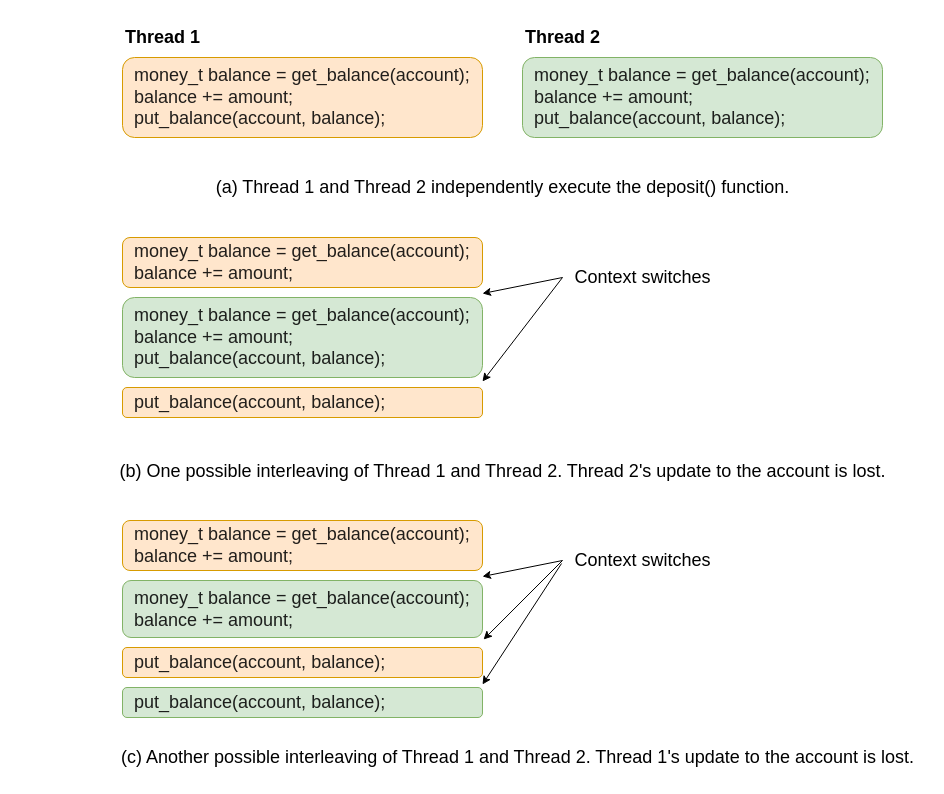
Above: textbook/images/sync/bank_deposit_interleaving.drawio in demkebrown/openos (draw.io), before the change. Source tidied: cells renumbered, new cells numbered last; positions are measured from the earlier drawing's top-left corner, leaving out a move shared by most shapes. Both pictures are drawn from the tidied source at 100%, with x=0, y=0 at pixel (107, 17).
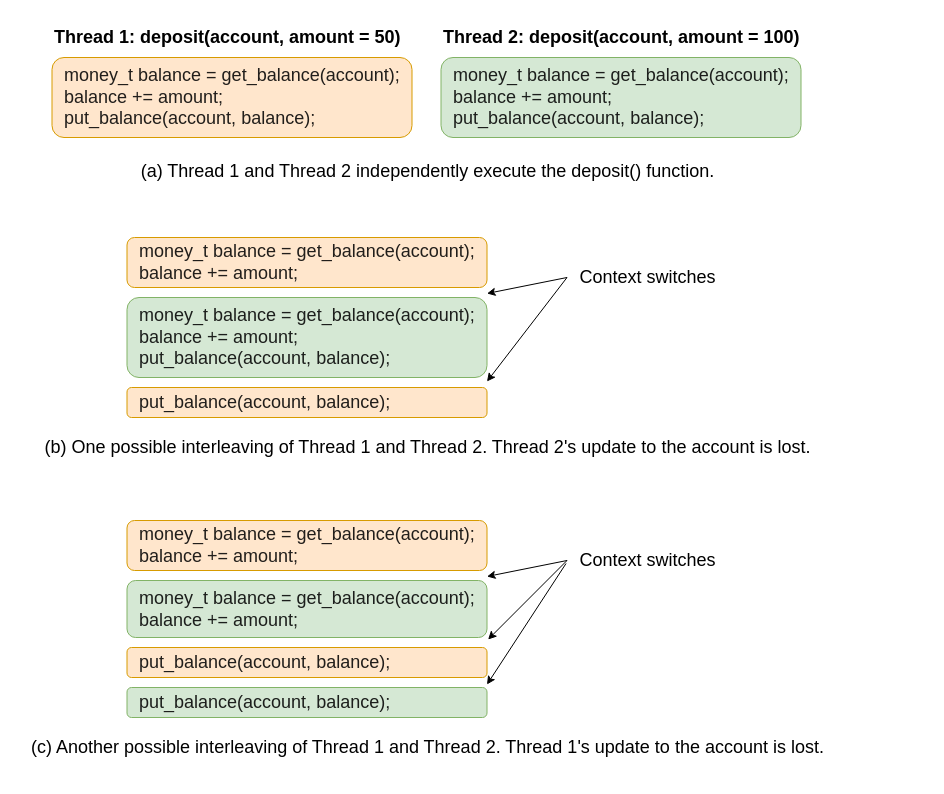
Above is the later version.

Change to the diagram source:
```diff
@@
+    <mxCell id="4" value="(a) Thread 1 and Thread 2 independently execute the deposit() function." style="text;html=1;align=center;verticalAlign=middle;strokeColor=none;fillColor=none;fontSize=18;" parent="1" vertex="1">
+      <mxGeometry x="19.5" y="134" width="600" height="40" as="geometry" />
+    </mxCell>
+    <mxCell id="13" value="(b) One possible interleaving of Thread 1 and Thread 2. Thread 2's update to the account is lost." style="text;html=1;align=center;verticalAlign=middle;strokeColor=none;fillColor=none;fontSize=18;" parent="1" vertex="1">
+      <mxGeometry x="-75.5" y="410" width="790" height="40" as="geometry" />
+    </mxCell>
+    <mxCell id="20" value="(c) Another possible interleaving of Thread 1 and Thread 2. Thread 1's update to the account is lost." style="text;html=1;align=center;verticalAlign=middle;strokeColor=none;fillColor=none;fontSize=18;" parent="1" vertex="1">
+      <mxGeometry x="-90.5" y="710" width="820" height="40" as="geometry" />
+    </mxCell>
+    <mxCell id="23" style="group;" parent="1" vertex="1">
+      <mxGeometry x="-55.5" width="750" height="120" as="geometry" />
+    </mxCell>
-    <mxCell id="2" value="Thread 1" style="text;strokeColor=none;fillColor=none;html=1;fontSize=18;fontStyle=1;verticalAlign=middle;align=center;" parent="1" vertex="1">
-      <mxGeometry x="5" width="100" height="40" as="geometry" />
+    <mxCell id="2" value="Thread 1: deposit(account, amount = 50)" style="text;strokeColor=none;fillColor=none;html=1;fontSize=18;fontStyle=1;verticalAlign=middle;align=left;" parent="23" vertex="1">
+      <mxGeometry width="350" height="40" as="geometry" />
     </mxCell>
-    <mxCell id="3" value="Thread 2" style="text;strokeColor=none;fillColor=none;html=1;fontSize=18;fontStyle=1;verticalAlign=middle;align=center;" parent="1" vertex="1">
-      <mxGeometry x="405" width="100" height="40" as="geometry" />
+    <mxCell id="3" value="Thread 2: deposit(account, amount = 100)" style="text;strokeColor=none;fillColor=none;html=1;fontSize=18;fontStyle=1;verticalAlign=middle;align=left;" parent="23" vertex="1">
+      <mxGeometry x="389" width="361" height="40" as="geometry" />
     </mxCell>
-    <mxCell id="4" value="(a) Thread 1 and Thread 2 independently execute the deposit() function." style="text;html=1;align=center;verticalAlign=middle;strokeColor=none;fillColor=none;fontSize=18;" parent="1" vertex="1">
-      <mxGeometry x="95" y="150" width="600" height="40" as="geometry" />
-    </mxCell>
-    <mxCell id="5" value="&lt;pre style=&quot;box-sizing: unset; font-family: var(--jp-code-font-family); line-height: var(--jp-code-line-height); color: rgba(0, 0, 0, 0.87); border: none; margin-top: 0px; margin-bottom: 0px; padding: 0px; background-color: var(--jp-layout-color0); overflow: auto; word-break: break-all; overflow-wrap: break-word;&quot;&gt;&lt;code style=&quot;box-sizing: unset; font-family: var(--jp-code-font-family); line-height: var(--jp-code-line-height); border: 0px; background-color: var(--jp-layout-color0); color: var(--jp-content-font-color1); padding: 0px;&quot;&gt;&lt;font style=&quot;font-size: 18px;&quot;&gt;money_t balance = get_balance(account);&lt;br&gt;balance += amount;&lt;br&gt;put_balance(account, balance);&lt;/font&gt;&lt;/code&gt;&lt;/pre&gt;" style="rounded=1;whiteSpace=wrap;html=1;fillColor=#ffe6cc;strokeColor=#d79b00;align=left;spacingLeft=10;" parent="1" vertex="1">
-      <mxGeometry x="15" y="40" width="360" height="80" as="geometry" />
+    <mxCell id="5" value="&lt;pre style=&quot;box-sizing: unset; font-family: var(--jp-code-font-family); line-height: var(--jp-code-line-height); color: rgba(0, 0, 0, 0.87); border: none; margin-top: 0px; margin-bottom: 0px; padding: 0px; background-color: var(--jp-layout-color0); overflow: auto; word-break: break-all; overflow-wrap: break-word;&quot;&gt;&lt;code style=&quot;box-sizing: unset; font-family: var(--jp-code-font-family); line-height: var(--jp-code-line-height); border: 0px; background-color: var(--jp-layout-color0); color: var(--jp-content-font-color1); padding: 0px;&quot;&gt;&lt;font style=&quot;font-size: 18px;&quot;&gt;money_t balance = get_balance(account);&lt;br&gt;balance += amount;&lt;br&gt;put_balance(account, balance);&lt;/font&gt;&lt;/code&gt;&lt;/pre&gt;" style="rounded=1;whiteSpace=wrap;html=1;fillColor=#ffe6cc;strokeColor=#d79b00;align=left;spacingLeft=10;" parent="23" vertex="1">
+      <mxGeometry y="40" width="360" height="80" as="geometry" />
     </mxCell>
-    <mxCell id="6" value="&lt;pre style=&quot;box-sizing: unset; font-family: var(--jp-code-font-family); line-height: var(--jp-code-line-height); color: rgba(0, 0, 0, 0.87); border: none; margin-top: 0px; margin-bottom: 0px; padding: 0px; background-color: var(--jp-layout-color0); overflow: auto; word-break: break-all; overflow-wrap: break-word;&quot;&gt;&lt;code style=&quot;box-sizing: unset; font-family: var(--jp-code-font-family); line-height: var(--jp-code-line-height); border: 0px; background-color: var(--jp-layout-color0); color: var(--jp-content-font-color1); padding: 0px;&quot;&gt;&lt;font style=&quot;font-size: 18px;&quot;&gt;money_t balance = get_balance(account);&lt;br&gt;balance += amount;&lt;br&gt;put_balance(account, balance);&lt;/font&gt;&lt;/code&gt;&lt;/pre&gt;" style="rounded=1;whiteSpace=wrap;html=1;fillColor=#d5e8d4;strokeColor=#82b366;align=left;spacingLeft=10;" parent="1" vertex="1">
-      <mxGeometry x="415" y="40" width="360" height="80" as="geometry" />
+    <mxCell id="6" value="&lt;pre style=&quot;box-sizing: unset; font-family: var(--jp-code-font-family); line-height: var(--jp-code-line-height); color: rgba(0, 0, 0, 0.87); border: none; margin-top: 0px; margin-bottom: 0px; padding: 0px; background-color: var(--jp-layout-color0); overflow: auto; word-break: break-all; overflow-wrap: break-word;&quot;&gt;&lt;code style=&quot;box-sizing: unset; font-family: var(--jp-code-font-family); line-height: var(--jp-code-line-height); border: 0px; background-color: var(--jp-layout-color0); color: var(--jp-content-font-color1); padding: 0px;&quot;&gt;&lt;font style=&quot;font-size: 18px;&quot;&gt;money_t balance = get_balance(account);&lt;br&gt;balance += amount;&lt;br&gt;put_balance(account, balance);&lt;/font&gt;&lt;/code&gt;&lt;/pre&gt;" style="rounded=1;whiteSpace=wrap;html=1;fillColor=#d5e8d4;strokeColor=#82b366;align=left;spacingLeft=10;" parent="23" vertex="1">
+      <mxGeometry x="389" y="40" width="360" height="80" as="geometry" />
     </mxCell>
+    <mxCell id="24" style="group;" parent="1" vertex="1">
+      <mxGeometry x="19.5" y="220" width="600" height="180" as="geometry" />
+    </mxCell>
-    <mxCell id="7" value="&lt;pre style=&quot;box-sizing: unset; font-family: var(--jp-code-font-family); line-height: var(--jp-code-line-height); color: rgba(0, 0, 0, 0.87); border: none; margin-top: 0px; margin-bottom: 0px; padding: 0px; background-color: var(--jp-layout-color0); overflow: auto; word-break: break-all; overflow-wrap: break-word;&quot;&gt;&lt;code style=&quot;box-sizing: unset; font-family: var(--jp-code-font-family); line-height: var(--jp-code-line-height); border: 0px; background-color: var(--jp-layout-color0); color: var(--jp-content-font-color1); padding: 0px;&quot;&gt;&lt;font style=&quot;font-size: 18px;&quot;&gt;money_t balance = get_balance(account);&lt;br&gt;balance += amount;&lt;br&gt;&lt;/font&gt;&lt;/code&gt;&lt;/pre&gt;" style="rounded=1;whiteSpace=wrap;html=1;fillColor=#ffe6cc;strokeColor=#d79b00;align=left;spacingLeft=10;" parent="1" vertex="1">
-      <mxGeometry x="15" y="220" width="360" height="50" as="geometry" />
+    <mxCell id="7" value="&lt;pre style=&quot;box-sizing: unset; font-family: var(--jp-code-font-family); line-height: var(--jp-code-line-height); color: rgba(0, 0, 0, 0.87); border: none; margin-top: 0px; margin-bottom: 0px; padding: 0px; background-color: var(--jp-layout-color0); overflow: auto; word-break: break-all; overflow-wrap: break-word;&quot;&gt;&lt;code style=&quot;box-sizing: unset; font-family: var(--jp-code-font-family); line-height: var(--jp-code-line-height); border: 0px; background-color: var(--jp-layout-color0); color: var(--jp-content-font-color1); padding: 0px;&quot;&gt;&lt;font style=&quot;font-size: 18px;&quot;&gt;money_t balance = get_balance(account);&lt;br&gt;balance += amount;&lt;br&gt;&lt;/font&gt;&lt;/code&gt;&lt;/pre&gt;" style="rounded=1;whiteSpace=wrap;html=1;fillColor=#ffe6cc;strokeColor=#d79b00;align=left;spacingLeft=10;" parent="24" vertex="1">
+      <mxGeometry width="360" height="50" as="geometry" />
     </mxCell>
-    <mxCell id="8" value="&lt;pre style=&quot;box-sizing: unset; font-family: var(--jp-code-font-family); line-height: var(--jp-code-line-height); color: rgba(0, 0, 0, 0.87); border: none; margin-top: 0px; margin-bottom: 0px; padding: 0px; background-color: var(--jp-layout-color0); overflow: auto; word-break: break-all; overflow-wrap: break-word;&quot;&gt;&lt;code style=&quot;box-sizing: unset; font-family: var(--jp-code-font-family); line-height: var(--jp-code-line-height); border: 0px; background-color: var(--jp-layout-color0); color: var(--jp-content-font-color1); padding: 0px;&quot;&gt;&lt;font style=&quot;font-size: 18px;&quot;&gt;money_t balance = get_balance(account);&lt;br&gt;balance += amount;&lt;br&gt;put_balance(account, balance);&lt;/font&gt;&lt;/code&gt;&lt;/pre&gt;" style="rounded=1;whiteSpace=wrap;html=1;fillColor=#d5e8d4;strokeColor=#82b366;align=left;spacingLeft=10;" parent="1" vertex="1">
-      <mxGeometry x="15" y="280" width="360" height="80" as="geometry" />
+    <mxCell id="8" value="&lt;pre style=&quot;box-sizing: unset; font-family: var(--jp-code-font-family); line-height: var(--jp-code-line-height); color: rgba(0, 0, 0, 0.87); border: none; margin-top: 0px; margin-bottom: 0px; padding: 0px; background-color: var(--jp-layout-color0); overflow: auto; word-break: break-all; overflow-wrap: break-word;&quot;&gt;&lt;code style=&quot;box-sizing: unset; font-family: var(--jp-code-font-family); line-height: var(--jp-code-line-height); border: 0px; background-color: var(--jp-layout-color0); color: var(--jp-content-font-color1); padding: 0px;&quot;&gt;&lt;font style=&quot;font-size: 18px;&quot;&gt;money_t balance = get_balance(account);&lt;br&gt;balance += amount;&lt;br&gt;put_balance(account, balance);&lt;/font&gt;&lt;/code&gt;&lt;/pre&gt;" style="rounded=1;whiteSpace=wrap;html=1;fillColor=#d5e8d4;strokeColor=#82b366;align=left;spacingLeft=10;" parent="24" vertex="1">
+      <mxGeometry y="60" width="360" height="80" as="geometry" />
     </mxCell>
-    <mxCell id="9" value="&lt;pre style=&quot;box-sizing: unset; font-family: var(--jp-code-font-family); line-height: var(--jp-code-line-height); color: rgba(0, 0, 0, 0.87); border: none; margin-top: 0px; margin-bottom: 0px; padding: 0px; background-color: var(--jp-layout-color0); overflow: auto; word-break: break-all; overflow-wrap: break-word;&quot;&gt;&lt;code style=&quot;box-sizing: unset; font-family: var(--jp-code-font-family); line-height: var(--jp-code-line-height); border: 0px; background-color: var(--jp-layout-color0); color: var(--jp-content-font-color1); padding: 0px;&quot;&gt;&lt;font style=&quot;font-size: 18px;&quot;&gt;put_balance(account, balance);&lt;br&gt;&lt;/font&gt;&lt;/code&gt;&lt;/pre&gt;" style="rounded=1;whiteSpace=wrap;html=1;fillColor=#ffe6cc;strokeColor=#d79b00;align=left;spacingLeft=10;" parent="1" vertex="1">
-      <mxGeometry x="15" y="370" width="360" height="30" as="geometry" />
+    <mxCell id="9" value="&lt;pre style=&quot;box-sizing: unset; font-family: var(--jp-code-font-family); line-height: var(--jp-code-line-height); color: rgba(0, 0, 0, 0.87); border: none; margin-top: 0px; margin-bottom: 0px; padding: 0px; background-color: var(--jp-layout-color0); overflow: auto; word-break: break-all; overflow-wrap: break-word;&quot;&gt;&lt;code style=&quot;box-sizing: unset; font-family: var(--jp-code-font-family); line-height: var(--jp-code-line-height); border: 0px; background-color: var(--jp-layout-color0); color: var(--jp-content-font-color1); padding: 0px;&quot;&gt;&lt;font style=&quot;font-size: 18px;&quot;&gt;put_balance(account, balance);&lt;br&gt;&lt;/font&gt;&lt;/code&gt;&lt;/pre&gt;" style="rounded=1;whiteSpace=wrap;html=1;fillColor=#ffe6cc;strokeColor=#d79b00;align=left;spacingLeft=10;" parent="24" vertex="1">
+      <mxGeometry y="150" width="360" height="30" as="geometry" />
     </mxCell>
-    <mxCell id="10" style="endArrow=classic;html=1;rounded=0;fontSize=18;entryX=1;entryY=1.18;entryDx=0;entryDy=0;entryPerimeter=0;" parent="1" edge="1">
+    <mxCell id="10" style="endArrow=classic;html=1;rounded=0;fontSize=18;entryX=1;entryY=1.18;entryDx=0;entryDy=0;entryPerimeter=0;" parent="24" edge="1">
       <mxGeometry relative="1" as="geometry">
-        <mxPoint x="455" y="260" as="sourcePoint" />
-        <mxPoint x="375" y="276" as="targetPoint" />
+        <mxPoint x="440" y="40" as="sourcePoint" />
+        <mxPoint x="360" y="56" as="targetPoint" />
       </mxGeometry>
     </mxCell>
-    <mxCell id="11" style="endArrow=classic;html=1;rounded=0;fontSize=18;" parent="1" edge="1">
+    <mxCell id="11" style="endArrow=classic;html=1;rounded=0;fontSize=18;" parent="24" edge="1">
       <mxGeometry relative="1" as="geometry">
-        <mxPoint x="455" y="260" as="sourcePoint" />
-        <mxPoint x="375" y="364" as="targetPoint" />
+        <mxPoint x="440" y="40" as="sourcePoint" />
+        <mxPoint x="360" y="144" as="targetPoint" />
       </mxGeometry>
     </mxCell>
-    <mxCell id="12" value="Context switches" style="text;html=1;align=center;verticalAlign=middle;strokeColor=none;fillColor=none;fontSize=18;" parent="1" vertex="1">
-      <mxGeometry x="455" y="240" width="160" height="40" as="geometry" />
+    <mxCell id="12" value="Context switches" style="text;html=1;align=center;verticalAlign=middle;strokeColor=none;fillColor=none;fontSize=18;" parent="24" vertex="1">
+      <mxGeometry x="440" y="20" width="160" height="40" as="geometry" />
     </mxCell>
-    <mxCell id="13" value="(b) One possible interleaving of Thread 1 and Thread 2. Thread 2's update to the account is lost." style="text;html=1;align=center;verticalAlign=middle;strokeColor=none;fillColor=none;fontSize=18;" parent="1" vertex="1">
-      <mxGeometry y="434" width="790" height="40" as="geometry" />
-    </mxCell>
+    <mxCell id="25" style="group;" parent="1" vertex="1">
+      <mxGeometry x="19.5" y="503" width="600" height="197" as="geometry" />
+    </mxCell>
-    <mxCell id="14" value="&lt;pre style=&quot;box-sizing: unset; font-family: var(--jp-code-font-family); line-height: var(--jp-code-line-height); color: rgba(0, 0, 0, 0.87); border: none; margin-top: 0px; margin-bottom: 0px; padding: 0px; background-color: var(--jp-layout-color0); overflow: auto; word-break: break-all; overflow-wrap: break-word;&quot;&gt;&lt;code style=&quot;box-sizing: unset; font-family: var(--jp-code-font-family); line-height: var(--jp-code-line-height); border: 0px; background-color: var(--jp-layout-color0); color: var(--jp-content-font-color1); padding: 0px;&quot;&gt;&lt;font style=&quot;font-size: 18px;&quot;&gt;money_t balance = get_balance(account);&lt;br&gt;balance += amount;&lt;br&gt;&lt;/font&gt;&lt;/code&gt;&lt;/pre&gt;" style="rounded=1;whiteSpace=wrap;html=1;fillColor=#ffe6cc;strokeColor=#d79b00;align=left;spacingLeft=10;" parent="1" vertex="1">
-      <mxGeometry x="15" y="503" width="360" height="50" as="geometry" />
+    <mxCell id="14" value="&lt;pre style=&quot;box-sizing: unset; font-family: var(--jp-code-font-family); line-height: var(--jp-code-line-height); color: rgba(0, 0, 0, 0.87); border: none; margin-top: 0px; margin-bottom: 0px; padding: 0px; background-color: var(--jp-layout-color0); overflow: auto; word-break: break-all; overflow-wrap: break-word;&quot;&gt;&lt;code style=&quot;box-sizing: unset; font-family: var(--jp-code-font-family); line-height: var(--jp-code-line-height); border: 0px; background-color: var(--jp-layout-color0); color: var(--jp-content-font-color1); padding: 0px;&quot;&gt;&lt;font style=&quot;font-size: 18px;&quot;&gt;money_t balance = get_balance(account);&lt;br&gt;balance += amount;&lt;br&gt;&lt;/font&gt;&lt;/code&gt;&lt;/pre&gt;" style="rounded=1;whiteSpace=wrap;html=1;fillColor=#ffe6cc;strokeColor=#d79b00;align=left;spacingLeft=10;" parent="25" vertex="1">
+      <mxGeometry width="360" height="50" as="geometry" />
     </mxCell>
-    <mxCell id="15" value="&lt;pre style=&quot;box-sizing: unset; font-family: var(--jp-code-font-family); line-height: var(--jp-code-line-height); color: rgba(0, 0, 0, 0.87); border: none; margin-top: 0px; margin-bottom: 0px; padding: 0px; background-color: var(--jp-layout-color0); overflow: auto; word-break: break-all; overflow-wrap: break-word;&quot;&gt;&lt;code style=&quot;box-sizing: unset; font-family: var(--jp-code-font-family); line-height: var(--jp-code-line-height); border: 0px; background-color: var(--jp-layout-color0); color: var(--jp-content-font-color1); padding: 0px;&quot;&gt;&lt;font style=&quot;font-size: 18px;&quot;&gt;money_t balance = get_balance(account);&lt;br&gt;balance += amount;&lt;br&gt;&lt;/font&gt;&lt;/code&gt;&lt;/pre&gt;" style="rounded=1;whiteSpace=wrap;html=1;fillColor=#d5e8d4;strokeColor=#82b366;align=left;spacingLeft=10;" parent="1" vertex="1">
-      <mxGeometry x="15" y="563" width="360" height="57" as="geometry" />
+    <mxCell id="15" value="&lt;pre style=&quot;box-sizing: unset; font-family: var(--jp-code-font-family); line-height: var(--jp-code-line-height); color: rgba(0, 0, 0, 0.87); border: none; margin-top: 0px; margin-bottom: 0px; padding: 0px; background-color: var(--jp-layout-color0); overflow: auto; word-break: break-all; overflow-wrap: break-word;&quot;&gt;&lt;code style=&quot;box-sizing: unset; font-family: var(--jp-code-font-family); line-height: var(--jp-code-line-height); border: 0px; background-color: var(--jp-layout-color0); color: var(--jp-content-font-color1); padding: 0px;&quot;&gt;&lt;font style=&quot;font-size: 18px;&quot;&gt;money_t balance = get_balance(account);&lt;br&gt;balance += amount;&lt;br&gt;&lt;/font&gt;&lt;/code&gt;&lt;/pre&gt;" style="rounded=1;whiteSpace=wrap;html=1;fillColor=#d5e8d4;strokeColor=#82b366;align=left;spacingLeft=10;" parent="25" vertex="1">
+      <mxGeometry y="60" width="360" height="57" as="geometry" />
     </mxCell>
-    <mxCell id="16" value="&lt;pre style=&quot;box-sizing: unset; font-family: var(--jp-code-font-family); line-height: var(--jp-code-line-height); color: rgba(0, 0, 0, 0.87); border: none; margin-top: 0px; margin-bottom: 0px; padding: 0px; background-color: var(--jp-layout-color0); overflow: auto; word-break: break-all; overflow-wrap: break-word;&quot;&gt;&lt;code style=&quot;box-sizing: unset; font-family: var(--jp-code-font-family); line-height: var(--jp-code-line-height); border: 0px; background-color: var(--jp-layout-color0); color: var(--jp-content-font-color1); padding: 0px;&quot;&gt;&lt;font style=&quot;font-size: 18px;&quot;&gt;put_balance(account, balance);&lt;br&gt;&lt;/font&gt;&lt;/code&gt;&lt;/pre&gt;" style="rounded=1;whiteSpace=wrap;html=1;fillColor=#ffe6cc;strokeColor=#d79b00;align=left;spacingLeft=10;" parent="1" vertex="1">
-      <mxGeometry x="15" y="630" width="360" height="30" as="geometry" />
+    <mxCell id="16" value="&lt;pre style=&quot;box-sizing: unset; font-family: var(--jp-code-font-family); line-height: var(--jp-code-line-height); color: rgba(0, 0, 0, 0.87); border: none; margin-top: 0px; margin-bottom: 0px; padding: 0px; background-color: var(--jp-layout-color0); overflow: auto; word-break: break-all; overflow-wrap: break-word;&quot;&gt;&lt;code style=&quot;box-sizing: unset; font-family: var(--jp-code-font-family); line-height: var(--jp-code-line-height); border: 0px; background-color: var(--jp-layout-color0); color: var(--jp-content-font-color1); padding: 0px;&quot;&gt;&lt;font style=&quot;font-size: 18px;&quot;&gt;put_balance(account, balance);&lt;br&gt;&lt;/font&gt;&lt;/code&gt;&lt;/pre&gt;" style="rounded=1;whiteSpace=wrap;html=1;fillColor=#ffe6cc;strokeColor=#d79b00;align=left;spacingLeft=10;" parent="25" vertex="1">
+      <mxGeometry y="127" width="360" height="30" as="geometry" />
     </mxCell>
-    <mxCell id="17" style="endArrow=classic;html=1;rounded=0;fontSize=18;entryX=1;entryY=1.18;entryDx=0;entryDy=0;entryPerimeter=0;" parent="1" edge="1">
+    <mxCell id="17" style="endArrow=classic;html=1;rounded=0;fontSize=18;entryX=1;entryY=1.18;entryDx=0;entryDy=0;entryPerimeter=0;" parent="25" edge="1">
       <mxGeometry relative="1" as="geometry">
-        <mxPoint x="455" y="543" as="sourcePoint" />
-        <mxPoint x="375" y="559" as="targetPoint" />
+        <mxPoint x="440" y="40" as="sourcePoint" />
+        <mxPoint x="360" y="56" as="targetPoint" />
       </mxGeometry>
     </mxCell>
-    <mxCell id="18" style="endArrow=classic;html=1;rounded=0;fontSize=18;entryX=1.003;entryY=-0.267;entryDx=0;entryDy=0;entryPerimeter=0;" parent="1" edge="1" target="16">
+    <mxCell id="18" style="endArrow=classic;html=1;rounded=0;fontSize=18;entryX=1.003;entryY=-0.267;entryDx=0;entryDy=0;entryPerimeter=0;" parent="25" edge="1" target="16">
       <mxGeometry relative="1" as="geometry">
-        <mxPoint x="455" y="543" as="sourcePoint" />
+        <mxPoint x="440" y="40" as="sourcePoint" />
       </mxGeometry>
     </mxCell>
-    <mxCell id="19" value="Context switches" style="text;html=1;align=center;verticalAlign=middle;points=[];strokeColor=none;fillColor=none;fontSize=18;" parent="1" vertex="1">
-      <mxGeometry x="455" y="523" width="160" height="40" as="geometry" />
+    <mxCell id="19" value="Context switches" style="text;html=1;align=center;verticalAlign=middle;points=[];strokeColor=none;fillColor=none;fontSize=18;" parent="25" vertex="1">
+      <mxGeometry x="440" y="20" width="160" height="40" as="geometry" />
     </mxCell>
-    <mxCell id="20" value="(c) Another possible interleaving of Thread 1 and Thread 2. Thread 1's update to the account is lost." style="text;html=1;align=center;verticalAlign=middle;strokeColor=none;fillColor=none;fontSize=18;" parent="1" vertex="1">
-      <mxGeometry y="720" width="820" height="40" as="geometry" />
-    </mxCell>
-    <mxCell id="21" value="&lt;pre style=&quot;box-sizing: unset; font-family: var(--jp-code-font-family); line-height: var(--jp-code-line-height); color: rgba(0, 0, 0, 0.87); border: none; margin-top: 0px; margin-bottom: 0px; padding: 0px; background-color: var(--jp-layout-color0); overflow: auto; word-break: break-all; overflow-wrap: break-word;&quot;&gt;&lt;code style=&quot;box-sizing: unset; font-family: var(--jp-code-font-family); line-height: var(--jp-code-line-height); border: 0px; background-color: var(--jp-layout-color0); color: var(--jp-content-font-color1); padding: 0px;&quot;&gt;&lt;font style=&quot;font-size: 18px;&quot;&gt;put_balance(account, balance);&lt;br&gt;&lt;/font&gt;&lt;/code&gt;&lt;/pre&gt;" style="rounded=1;whiteSpace=wrap;html=1;fillColor=#d5e8d4;strokeColor=#82b366;align=left;spacingLeft=10;" parent="1" vertex="1">
-      <mxGeometry x="15" y="670" width="360" height="30" as="geometry" />
+    <mxCell id="21" value="&lt;pre style=&quot;box-sizing: unset; font-family: var(--jp-code-font-family); line-height: var(--jp-code-line-height); color: rgba(0, 0, 0, 0.87); border: none; margin-top: 0px; margin-bottom: 0px; padding: 0px; background-color: var(--jp-layout-color0); overflow: auto; word-break: break-all; overflow-wrap: break-word;&quot;&gt;&lt;code style=&quot;box-sizing: unset; font-family: var(--jp-code-font-family); line-height: var(--jp-code-line-height); border: 0px; background-color: var(--jp-layout-color0); color: var(--jp-content-font-color1); padding: 0px;&quot;&gt;&lt;font style=&quot;font-size: 18px;&quot;&gt;put_balance(account, balance);&lt;br&gt;&lt;/font&gt;&lt;/code&gt;&lt;/pre&gt;" style="rounded=1;whiteSpace=wrap;html=1;fillColor=#d5e8d4;strokeColor=#82b366;align=left;spacingLeft=10;" parent="25" vertex="1">
+      <mxGeometry y="167" width="360" height="30" as="geometry" />
     </mxCell>
-    <mxCell id="22" style="endArrow=classic;html=1;rounded=0;fontSize=18;entryX=1;entryY=1.233;entryDx=0;entryDy=0;entryPerimeter=0;exitX=-0.006;exitY=0.575;exitDx=0;exitDy=0;exitPerimeter=0;" parent="1" edge="1" source="19" target="16">
+    <mxCell id="22" style="endArrow=classic;html=1;rounded=0;fontSize=18;entryX=1;entryY=1.233;entryDx=0;entryDy=0;entryPerimeter=0;exitX=-0.006;exitY=0.575;exitDx=0;exitDy=0;exitPerimeter=0;" parent="25" edge="1" source="19" target="16">
       <mxGeometry relative="1" as="geometry" />
     </mxCell>
```
